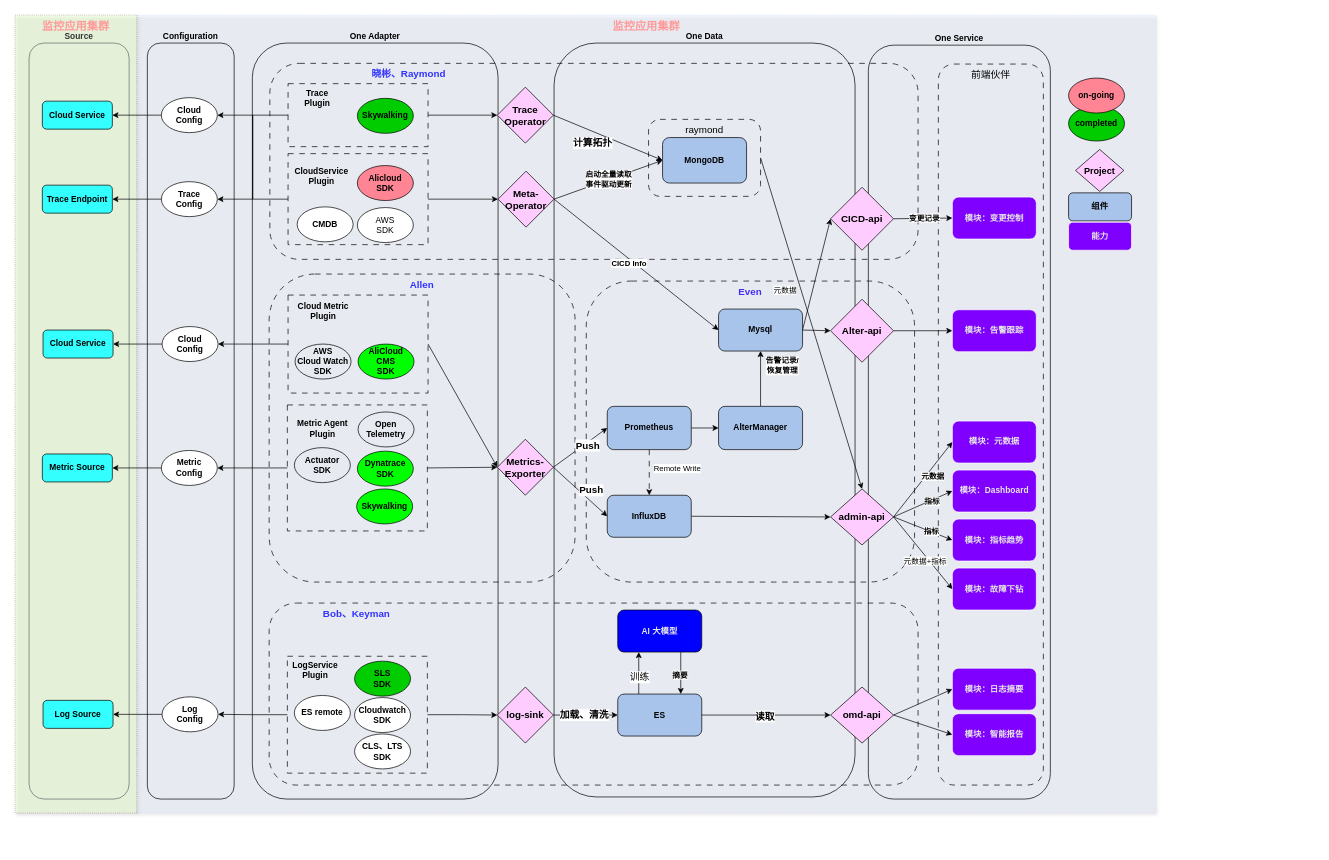
The draw.io diagram page "产品开发规划" (1 of 5) of 数据采集架构图.drawio in Allen9797/WorkZone, before the edit. Source tidied: cells renumbered, new cells numbered last; positions are measured from the earlier drawing's top-left corner, leaving out a move shared by most shapes. Both pictures are drawn from the tidied source at 70%, with x=0, y=0 at pixel (15, 15).
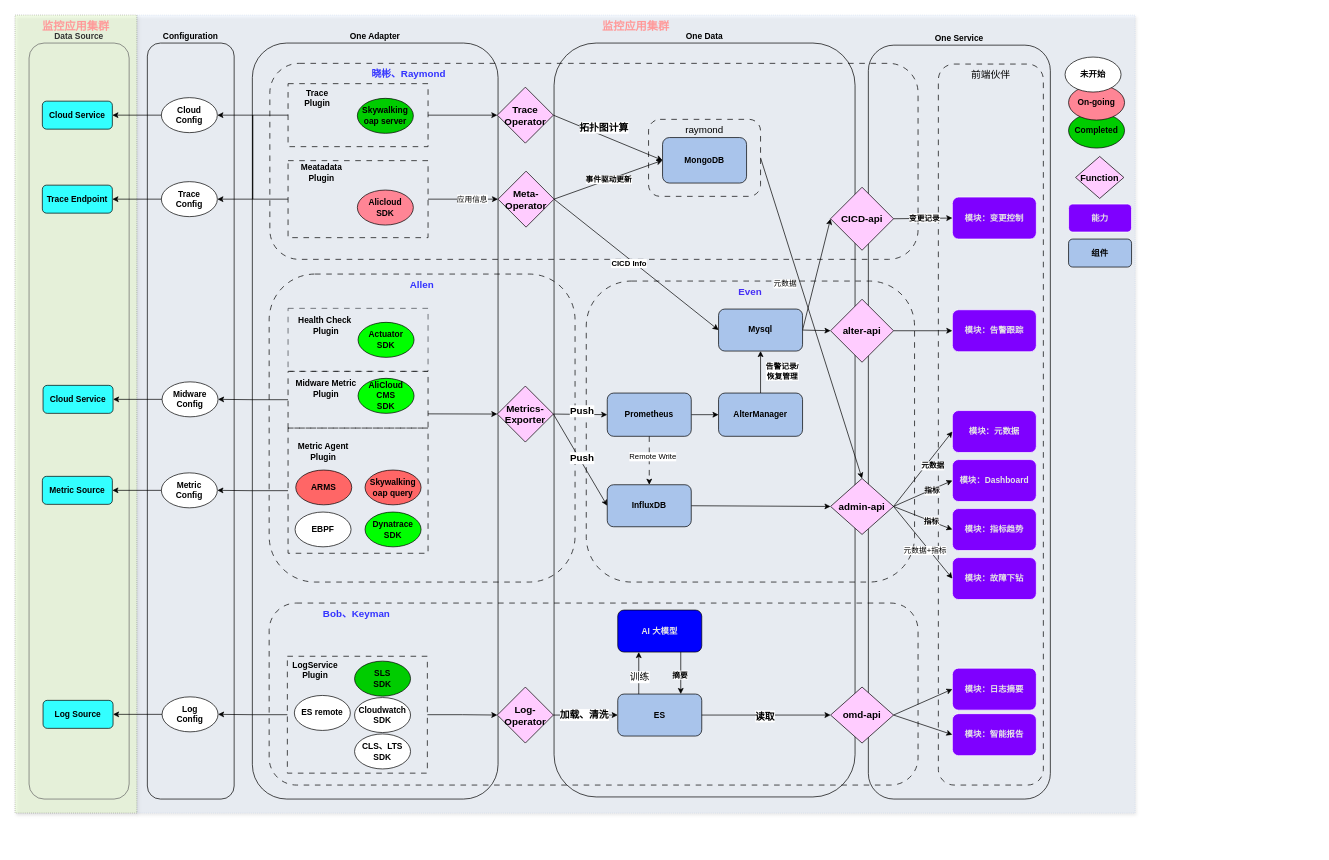
The same diagram, later.

Commit message (it also covers changes not shown here):
更新数据采集架构图.drawio

The change refers to these unchanged cells:
```xml
<mxCell id="2" style="group;" parent="1" vertex="1">
  <mxGeometry width="1860" height="1140" as="geometry" />
</mxCell>
<mxCell id="8" style="group;" parent="1" vertex="1">
  <mxGeometry x="20" y="40" width="1554" height="1150" as="geometry" />
</mxCell>
<mxCell id="34" style="rounded=0;jettySize=auto;html=1;exitX=1;exitY=0.5;exitDx=0;exitDy=0;entryX=0;entryY=0.5;entryDx=0;entryDy=0;" parent="1" edge="1" source="105" target="138">
  <mxGeometry relative="1" as="geometry" />
</mxCell>
<mxCell id="36" style="rounded=0;jettySize=auto;html=1;exitX=0.5;exitY=0;exitDx=0;exitDy=0;entryX=0.5;entryY=1;entryDx=0;entryDy=0;" parent="1" edge="1" source="67" target="44">
  <mxGeometry relative="1" as="geometry" />
</mxCell>
<mxCell id="65" style="rounded=0;jettySize=auto;html=1;exitX=1;exitY=0.5;exitDx=0;exitDy=0;entryX=0;entryY=0.5;entryDx=0;entryDy=0;" parent="1" edge="1" source="105" target="137">
  <mxGeometry relative="1" as="geometry" />
</mxCell>
<mxCell id="107" style="rounded=0;jettySize=auto;html=1;exitX=1;exitY=0.5;exitDx=0;exitDy=0;entryX=0;entryY=0.5;entryDx=0;entryDy=0;" parent="1" edge="1" source="125" target="18">
  <mxGeometry relative="1" as="geometry" />
</mxCell>
<mxCell id="109" style="rounded=0;jettySize=auto;html=1;exitX=1;exitY=0.5;exitDx=0;exitDy=0;entryX=0;entryY=0.5;entryDx=0;entryDy=0;" parent="1" edge="1" source="133" target="18">
  <mxGeometry relative="1" as="geometry" />
</mxCell>
<mxCell id="123" style="group;rotation=90;" parent="1" vertex="1">
  <mxGeometry x="390" y="98" width="341" height="166" as="geometry" />
</mxCell>
<mxCell id="129" style="group;" parent="123" vertex="1">
  <mxGeometry x="2" y="100" width="340" height="130" as="geometry" />
</mxCell>
<mxCell id="136" style="edgeStyle=orthogonalEdgeStyle;rounded=0;jettySize=auto;html=1;exitX=1;exitY=0.5;exitDx=0;exitDy=0;entryX=0;entryY=0.5;entryDx=0;entryDy=0;" parent="129" edge="1" source="130" target="133">
  <mxGeometry relative="1" as="geometry" />
</mxCell>
<mxCell id="139" style="edgeStyle=orthogonalEdgeStyle;rounded=0;jettySize=auto;html=1;exitX=0.5;exitY=1;exitDx=0;exitDy=0;entryX=0.5;entryY=0;entryDx=0;entryDy=0;dashed=1;dashPattern=8 8;" parent="1" edge="1" source="138" target="137">
  <mxGeometry relative="1" as="geometry" />
</mxCell>
```

Diff of the diagram source:
```diff
@@
+    <mxCell id="146" style="rounded=0;whiteSpace=wrap;html=1;dashed=1;dashPattern=8 8;fillColor=none;" parent="1" vertex="1">
+      <mxGeometry x="390" y="419" width="200" height="90" as="geometry" />
+    </mxCell>
@@
     <mxCell id="3" value="&lt;b&gt;&lt;font color=&quot;#ff9999&quot; style=&quot;font-size: 16px;&quot;&gt;监控应用集群&lt;/font&gt;&lt;/b&gt;" style="rounded=0;whiteSpace=wrap;html=1;fillColor=#dae8fc;dashed=1;dashPattern=1 2;verticalAlign=top;horizontal=1;fontSize=14;shadow=1;strokeColor=#6c8ebf;opacity=30;" parent="2" vertex="1">
-      <mxGeometry x="174" width="1456" height="1140" as="geometry" />
+      <mxGeometry x="174" width="1426" height="1140" as="geometry" />
     </mxCell>
@@
+    <mxCell id="70" value="组件" style="rounded=1;whiteSpace=wrap;html=1;fontStyle=1;fillColor=#A9C4EB;" parent="2" vertex="1">
+      <mxGeometry x="1505" y="320" width="90" height="40" as="geometry" />
+    </mxCell>
+    <mxCell id="71" value="&lt;font color=&quot;#e6e6e6&quot;&gt;能力&lt;/font&gt;" style="rounded=1;whiteSpace=wrap;html=1;fillColor=#7F00FF;fontStyle=1;strokeColor=#FFFFFF;" parent="2" vertex="1">
+      <mxGeometry x="1505" y="270" width="90" height="40" as="geometry" />
+    </mxCell>
+    <mxCell id="69" style="group;" parent="2" vertex="1">
+      <mxGeometry x="1505" y="100" width="90" height="246" as="geometry" />
+    </mxCell>
+    <mxCell id="72" value="Completed" style="ellipse;whiteSpace=wrap;html=1;fontStyle=1;fillColor=#00CC00;" parent="69" vertex="1">
+      <mxGeometry y="40" width="80" height="50" as="geometry" />
+    </mxCell>
+    <mxCell id="73" value="On-going" style="ellipse;whiteSpace=wrap;html=1;fontStyle=1;fillColor=#FF8595;" parent="69" vertex="1">
+      <mxGeometry width="80" height="50" as="geometry" />
+    </mxCell>
+    <mxCell id="74" value="&lt;span style=&quot;font-size: 13px;&quot;&gt;Function&lt;/span&gt;" style="rhombus;whiteSpace=wrap;html=1;fontStyle=1;fillColor=#FFCCFF;" parent="69" vertex="1">
+      <mxGeometry x="10" y="102" width="69" height="60" as="geometry" />
+    </mxCell>
+    <mxCell id="147" value="未开始" style="ellipse;whiteSpace=wrap;html=1;fontStyle=1;fillColor=#FFFFFF;" parent="2" vertex="1">
+      <mxGeometry x="1500" y="60" width="80" height="50" as="geometry" />
+    </mxCell>
@@
-    <mxCell id="9" value="Source" style="rounded=1;whiteSpace=wrap;html=1;labelPosition=center;verticalLabelPosition=top;align=center;verticalAlign=bottom;fontStyle=1;fillColor=none;fontColor=#333333;strokeColor=#666666;" parent="8" vertex="1">
+    <mxCell id="9" value="Data Source" style="rounded=1;whiteSpace=wrap;html=1;labelPosition=center;verticalLabelPosition=top;align=center;verticalAlign=bottom;fontStyle=1;fillColor=none;fontColor=#333333;strokeColor=#666666;" parent="8" vertex="1">
       <mxGeometry width="143" height="1080" as="geometry" />
     </mxCell>
@@
-    <mxCell id="14" value="Cloud&lt;br&gt;Config" style="ellipse;whiteSpace=wrap;html=1;fontStyle=1;" parent="8" vertex="1">
-      <mxGeometry x="190" y="405" width="80" height="50" as="geometry" />
+    <mxCell id="14" value="Midware&lt;br&gt;Config" style="ellipse;whiteSpace=wrap;html=1;fontStyle=1;" parent="8" vertex="1">
+      <mxGeometry x="190" y="484" width="80" height="50" as="geometry" />
     </mxCell>
     <mxCell id="15" value="Cloud Service" style="rounded=1;whiteSpace=wrap;html=1;fontStyle=1;fillColor=#33FFFF;" parent="8" vertex="1">
-      <mxGeometry x="20" y="410" width="100" height="40" as="geometry" />
+      <mxGeometry x="20" y="489" width="100" height="40" as="geometry" />
     </mxCell>
@@
     <mxCell id="20" style="group;" parent="1" vertex="1">
-      <mxGeometry x="39" y="552" width="700" height="190" as="geometry" />
+      <mxGeometry x="39" y="552" width="700" height="209" as="geometry" />
     </mxCell>
     <mxCell id="21" value="Metric&lt;br&gt;Config" style="ellipse;whiteSpace=wrap;html=1;fontStyle=1;" parent="20" vertex="1">
-      <mxGeometry x="170" y="70" width="80" height="50" as="geometry" />
+      <mxGeometry x="170" y="102" width="80" height="50" as="geometry" />
     </mxCell>
     <mxCell id="22" value="Metric Source" style="rounded=1;whiteSpace=wrap;html=1;fontStyle=1;fillColor=#33FFFF;" parent="20" vertex="1">
-      <mxGeometry y="75" width="100" height="40" as="geometry" />
+      <mxGeometry y="107" width="100" height="40" as="geometry" />
     </mxCell>
@@
     <mxCell id="25" style="group;" parent="20" vertex="1">
-      <mxGeometry x="350" y="10" width="200" height="170" as="geometry" />
+      <mxGeometry x="351" y="43" width="200" height="169" as="geometry" />
     </mxCell>
     <mxCell id="26" style="group;" parent="25" vertex="1">
-      <mxGeometry y="-5" width="200" height="180" as="geometry" />
+      <mxGeometry y="-5" width="200" height="178.9" as="geometry" />
     </mxCell>
     <mxCell id="27" style="rounded=0;whiteSpace=wrap;html=1;dashed=1;dashPattern=8 8;fillColor=none;" parent="26" vertex="1">
-      <mxGeometry width="200" height="180" as="geometry" />
+      <mxGeometry width="200" height="178.9" as="geometry" />
     </mxCell>
-    <mxCell id="28" value="Dynatrace&lt;br&gt;SDK" style="ellipse;whiteSpace=wrap;html=1;fontStyle=1;fillColor=#00FF00;" parent="26" vertex="1">
-      <mxGeometry x="100" y="66" width="80" height="50" as="geometry" />
-    </mxCell>
-    <mxCell id="29" value="Actuator&lt;br&gt;SDK" style="ellipse;whiteSpace=wrap;html=1;fontStyle=1;fillColor=none;" parent="26" vertex="1">
-      <mxGeometry x="10" y="61" width="80" height="50" as="geometry" />
-    </mxCell>
-    <mxCell id="30" value="Skywalking" style="ellipse;whiteSpace=wrap;html=1;fontStyle=1;fillColor=#00FF00;" parent="26" vertex="1">
-      <mxGeometry x="99" y="120" width="80" height="50" as="geometry" />
+    <mxCell id="30" value="Skywalking&lt;br&gt;oap query" style="ellipse;whiteSpace=wrap;html=1;fontStyle=1;fillColor=#FF6666;" parent="26" vertex="1">
+      <mxGeometry x="110" y="60" width="80" height="49.7" as="geometry" />
     </mxCell>
     <mxCell id="31" value="&lt;b&gt;Metric Agent&lt;br&gt;Plugin&lt;/b&gt;" style="text;strokeColor=none;align=center;fillColor=none;html=1;verticalAlign=middle;whiteSpace=wrap;rounded=0;" parent="26" vertex="1">
-      <mxGeometry x="11" y="19" width="79" height="30" as="geometry" />
+      <mxGeometry x="11" y="18.9" width="79" height="29.8" as="geometry" />
     </mxCell>
+    <mxCell id="148" value="ARMS" style="ellipse;whiteSpace=wrap;html=1;fontStyle=1;fillColor=#FF6666;" parent="26" vertex="1">
+      <mxGeometry x="11" y="60" width="80" height="49.7" as="geometry" />
+    </mxCell>
+    <mxCell id="28" value="Dynatrace&lt;br&gt;SDK" style="ellipse;whiteSpace=wrap;html=1;fontStyle=1;fillColor=#00FF00;" parent="26" vertex="1">
+      <mxGeometry x="110" y="120" width="80" height="49.7" as="geometry" />
+    </mxCell>
-    <mxCell id="32" value="Open Telemetry" style="ellipse;whiteSpace=wrap;html=1;fontStyle=1;fillColor=none;" parent="26" vertex="1">
-      <mxGeometry x="101" y="10" width="80" height="50" as="geometry" />
+    <mxCell id="32" value="EBPF" style="ellipse;whiteSpace=wrap;html=1;fontStyle=1;fillColor=#FFFFFF;" parent="26" vertex="1">
+      <mxGeometry x="10" y="120" width="80" height="49.7" as="geometry" />
     </mxCell>
@@
     <mxCell id="35" value="&lt;font style=&quot;font-size: 14px;&quot;&gt;Push&lt;/font&gt;" style="edgeLabel;html=1;align=center;verticalAlign=middle;fontStyle=1;" parent="34" vertex="1">
       <mxGeometry x="-0.05" y="-1" relative="1" as="geometry">
-        <mxPoint x="12" y="-6" as="offset" />
+        <mxPoint x="4" y="-6" as="offset" />
       </mxGeometry>
     </mxCell>
@@
     <mxCell id="37" value="告警记录/&lt;br&gt;恢复管理" style="edgeLabel;html=1;align=center;verticalAlign=middle;fontStyle=1;" parent="36" vertex="1">
       <mxGeometry x="0.12" y="2" relative="1" as="geometry">
-        <mxPoint x="32" y="-15" as="offset" />
+        <mxPoint x="32" y="2" as="offset" />
       </mxGeometry>
     </mxCell>
@@
-    <mxCell id="46" value="&lt;span style=&quot;font-size: 14px;&quot;&gt;Alter-api&lt;/span&gt;" style="rhombus;whiteSpace=wrap;html=1;fontStyle=1;fillColor=#FFCCFF;" parent="1" vertex="1">
+    <mxCell id="46" value="&lt;span style=&quot;font-size: 14px;&quot;&gt;alter-api&lt;/span&gt;" style="rhombus;whiteSpace=wrap;html=1;fontStyle=1;fillColor=#FFCCFF;" parent="1" vertex="1">
       <mxGeometry x="1165" y="406" width="90" height="90" as="geometry" />
     </mxCell>
@@
     <mxCell id="50" style="group;" parent="1" vertex="1">
-      <mxGeometry x="1165" y="653" width="294" height="270" as="geometry" />
+      <mxGeometry x="1165" y="638" width="294" height="270" as="geometry" />
     </mxCell>
@@
     <mxCell id="66" value="&lt;font style=&quot;font-size: 14px;&quot;&gt;Push&lt;/font&gt;" style="edgeLabel;html=1;align=center;verticalAlign=middle;fontStyle=1;" parent="65" vertex="1">
       <mxGeometry x="-0.23" relative="1" as="geometry">
-        <mxPoint x="24" y="6" as="offset" />
+        <mxPoint x="11" y="12" as="offset" />
       </mxGeometry>
     </mxCell>
     <mxCell id="67" value="AlterManager" style="rounded=1;whiteSpace=wrap;html=1;fontStyle=1;fillColor=#A9C4EB;" parent="1" vertex="1">
-      <mxGeometry x="1005" y="559" width="120" height="61.8" as="geometry" />
+      <mxGeometry x="1005" y="540" width="120" height="61.8" as="geometry" />
     </mxCell>
@@
-    <mxCell id="69" style="group;" parent="1" vertex="1">
-      <mxGeometry x="1505" y="90" width="90" height="246" as="geometry" />
-    </mxCell>
-    <mxCell id="70" value="组件" style="rounded=1;whiteSpace=wrap;html=1;fontStyle=1;fillColor=#A9C4EB;" parent="69" vertex="1">
-      <mxGeometry y="164" width="90" height="40" as="geometry" />
-    </mxCell>
-    <mxCell id="71" value="&lt;font color=&quot;#e6e6e6&quot;&gt;能力&lt;/font&gt;" style="rounded=1;whiteSpace=wrap;html=1;fillColor=#7F00FF;fontStyle=1;strokeColor=#FFFFFF;" parent="69" vertex="1">
-      <mxGeometry y="206" width="90" height="40" as="geometry" />
-    </mxCell>
-    <mxCell id="72" value="completed" style="ellipse;whiteSpace=wrap;html=1;fontStyle=1;fillColor=#00CC00;" parent="69" vertex="1">
-      <mxGeometry y="40" width="80" height="50" as="geometry" />
-    </mxCell>
-    <mxCell id="73" value="on-going" style="ellipse;whiteSpace=wrap;html=1;fontStyle=1;fillColor=#FF8595;" parent="69" vertex="1">
-      <mxGeometry width="80" height="50" as="geometry" />
-    </mxCell>
-    <mxCell id="74" value="&lt;font style=&quot;font-size: 13px;&quot;&gt;Project&lt;/font&gt;" style="rhombus;whiteSpace=wrap;html=1;fontStyle=1;fillColor=#FFCCFF;" parent="69" vertex="1">
-      <mxGeometry x="10" y="102" width="69" height="60" as="geometry" />
-    </mxCell>
@@
-    <mxCell id="100" style="rounded=0;jettySize=auto;html=1;exitX=1;exitY=0.5;exitDx=0;exitDy=0;entryX=0;entryY=0.5;entryDx=0;entryDy=0;" parent="1" edge="1" source="102" target="105">
+    <mxCell id="100" style="rounded=0;jettySize=auto;html=1;exitX=1;exitY=0.75;exitDx=0;exitDy=0;entryX=0;entryY=0.5;entryDx=0;entryDy=0;" parent="1" edge="1" source="102" target="105">
       <mxGeometry relative="1" as="geometry" />
     </mxCell>
@@
     <mxCell id="102" style="rounded=0;whiteSpace=wrap;html=1;dashed=1;dashPattern=8 8;fillColor=none;" parent="1" vertex="1">
-      <mxGeometry x="390" y="400" width="200" height="140" as="geometry" />
+      <mxGeometry x="390" y="509" width="200" height="81" as="geometry" />
     </mxCell>
-    <mxCell id="103" value="&lt;b&gt;Cloud Metric&lt;br&gt;Plugin&lt;/b&gt;" style="text;strokeColor=none;align=center;fillColor=none;html=1;verticalAlign=middle;whiteSpace=wrap;rounded=0;" parent="1" vertex="1">
-      <mxGeometry x="401" y="408" width="79" height="30" as="geometry" />
+    <mxCell id="103" value="&lt;b&gt;Midware Metric&lt;br&gt;Plugin&lt;/b&gt;" style="text;strokeColor=none;align=center;fillColor=none;html=1;verticalAlign=middle;whiteSpace=wrap;rounded=0;" parent="1" vertex="1">
+      <mxGeometry x="400" y="519" width="89" height="30" as="geometry" />
     </mxCell>
-    <mxCell id="104" value="AWS&lt;br&gt;Cloud Watch&lt;br&gt;SDK" style="ellipse;whiteSpace=wrap;html=1;fontStyle=1;fillColor=none;" parent="1" vertex="1">
-      <mxGeometry x="400" y="470" width="80" height="50" as="geometry" />
-    </mxCell>
     <mxCell id="105" value="&lt;font style=&quot;font-size: 14px;&quot;&gt;Metrics-Exporter&lt;/font&gt;" style="rhombus;whiteSpace=wrap;html=1;fontStyle=1;fillColor=#FFCCFF;" parent="1" vertex="1">
-      <mxGeometry x="689" y="606" width="80" height="80" as="geometry" />
+      <mxGeometry x="689" y="530" width="80" height="80" as="geometry" />
     </mxCell>
-    <mxCell id="106" style="rounded=0;jettySize=auto;html=1;exitX=1;exitY=0.5;exitDx=0;exitDy=0;entryX=0;entryY=0.5;entryDx=0;entryDy=0;" parent="1" edge="1" source="27" target="105">
-      <mxGeometry relative="1" as="geometry" />
-    </mxCell>
@@
-    <mxCell id="108" value="&lt;span style=&quot;font-size: 14px;&quot;&gt;&lt;b&gt;计算拓扑&lt;/b&gt;&lt;/span&gt;" style="edgeLabel;html=1;align=center;verticalAlign=middle;" parent="107" vertex="1">
+    <mxCell id="108" value="&lt;span style=&quot;font-size: 14px;&quot;&gt;&lt;b&gt;拓扑图计算&lt;/b&gt;&lt;/span&gt;" style="edgeLabel;html=1;align=center;verticalAlign=middle;" parent="107" vertex="1">
       <mxGeometry x="-0.12" relative="1" as="geometry">
-        <mxPoint x="-13" y="11" as="offset" />
+        <mxPoint x="3" y="-11" as="offset" />
       </mxGeometry>
     </mxCell>
@@
-    <mxCell id="110" value="启动全量读取&lt;br&gt;事件驱动更新" style="edgeLabel;html=1;align=center;verticalAlign=middle;fillColor=none;fontStyle=1;" parent="109" vertex="1">
+    <mxCell id="110" value="事件驱动更新" style="edgeLabel;html=1;align=center;verticalAlign=middle;fillColor=none;fontStyle=1;" parent="109" vertex="1">
       <mxGeometry x="0.01" y="1" relative="1" as="geometry" />
     </mxCell>
@@
-    <mxCell id="126" value="Skywalking" style="ellipse;whiteSpace=wrap;html=1;fontStyle=1;fillColor=#00CC00;" parent="123" vertex="1">
+    <mxCell id="126" value="Skywalking&lt;br&gt;oap server" style="ellipse;whiteSpace=wrap;html=1;fontStyle=1;fillColor=#00CC00;" parent="123" vertex="1">
       <mxGeometry x="99" y="21" width="80" height="50" as="geometry" />
     </mxCell>
@@
     <mxCell id="130" style="rounded=0;whiteSpace=wrap;html=1;dashed=1;dashPattern=8 8;fillColor=none;" parent="129" vertex="1">
-      <mxGeometry x="-2" width="200" height="130" as="geometry" />
+      <mxGeometry x="-2" y="10" width="200" height="110" as="geometry" />
     </mxCell>
     <mxCell id="131" value="Alicloud&lt;br&gt;SDK" style="ellipse;whiteSpace=wrap;html=1;fontStyle=1;fillColor=#FF8595;" parent="129" vertex="1">
-      <mxGeometry x="97" y="17" width="80" height="50" as="geometry" />
+      <mxGeometry x="97" y="52" width="80" height="50" as="geometry" />
     </mxCell>
-    <mxCell id="132" value="AWS&lt;br&gt;SDK" style="ellipse;whiteSpace=wrap;html=1;" parent="129" vertex="1">
-      <mxGeometry x="97" y="77" width="80" height="50" as="geometry" />
-    </mxCell>
@@
-    <mxCell id="134" value="&lt;b&gt;CloudService&lt;br&gt;Plugin&lt;/b&gt;" style="text;strokeColor=none;align=center;fillColor=none;html=1;verticalAlign=middle;whiteSpace=wrap;rounded=0;" parent="129" vertex="1">
-      <mxGeometry x="6" y="17" width="80" height="30" as="geometry" />
+    <mxCell id="134" value="&lt;b&gt;Meatadata&lt;br&gt;Plugin&lt;br&gt;&lt;/b&gt;" style="text;strokeColor=none;align=center;fillColor=none;html=1;verticalAlign=middle;whiteSpace=wrap;rounded=0;" parent="129" vertex="1">
+      <mxGeometry x="6" y="12" width="80" height="30" as="geometry" />
     </mxCell>
-    <mxCell id="135" value="CMDB" style="ellipse;whiteSpace=wrap;html=1;fontStyle=1;fillColor=#FFFFFF;" parent="129" vertex="1">
-      <mxGeometry x="11" y="76" width="80" height="50" as="geometry" />
-    </mxCell>
@@
+    <mxCell id="149" value="应用信息" style="edgeLabel;html=1;align=center;verticalAlign=middle;" parent="136" vertex="1">
+      <mxGeometry x="0.23" y="1" relative="1" as="geometry" />
+    </mxCell>
     <mxCell id="137" value="InfluxDB" style="rounded=1;whiteSpace=wrap;html=1;fontStyle=1;fillColor=#A9C4EB;" parent="1" vertex="1">
-      <mxGeometry x="846" y="686" width="120" height="60" as="geometry" />
+      <mxGeometry x="846" y="671" width="120" height="60" as="geometry" />
     </mxCell>
     <mxCell id="138" value="Prometheus" style="rounded=1;whiteSpace=wrap;html=1;fontStyle=1;fillColor=#A9C4EB;" parent="1" vertex="1">
-      <mxGeometry x="846" y="559" width="120" height="61.8" as="geometry" />
+      <mxGeometry x="846" y="540" width="120" height="61.8" as="geometry" />
     </mxCell>
@@
     <mxCell id="140" value="Remote Write" style="edgeLabel;html=1;align=center;verticalAlign=middle;" parent="139" vertex="1">
       <mxGeometry x="-0.17" y="1" relative="1" as="geometry">
-        <mxPoint x="38" as="offset" />
+        <mxPoint x="3" as="offset" />
       </mxGeometry>
     </mxCell>
     <mxCell id="141" value="AliCloud&lt;br&gt;CMS&lt;br&gt;SDK" style="ellipse;whiteSpace=wrap;html=1;fontStyle=1;fillColor=#00FF00;" parent="1" vertex="1">
-      <mxGeometry x="490" y="470" width="80" height="50" as="geometry" />
+      <mxGeometry x="490" y="519" width="80" height="50" as="geometry" />
     </mxCell>
-    <mxCell id="142" value="&lt;font style=&quot;font-size: 14px;&quot;&gt;log-sink&lt;br&gt;&lt;/font&gt;" style="rhombus;whiteSpace=wrap;html=1;fontStyle=1;fillColor=#FFCCFF;" parent="1" vertex="1">
+    <mxCell id="142" value="&lt;font style=&quot;font-size: 14px;&quot;&gt;Log-Operator&lt;br&gt;&lt;/font&gt;" style="rhombus;whiteSpace=wrap;html=1;fontStyle=1;fillColor=#FFCCFF;" parent="1" vertex="1">
       <mxGeometry x="689" y="960" width="80" height="80" as="geometry" />
     </mxCell>
@@
+    <mxCell id="29" value="Actuator&lt;br&gt;SDK" style="ellipse;whiteSpace=wrap;html=1;fontStyle=1;fillColor=#00FF00;" parent="1" vertex="1">
+      <mxGeometry x="490" y="439" width="80" height="50" as="geometry" />
+    </mxCell>
+    <mxCell id="150" value="&lt;b&gt;Health Check&amp;nbsp;&lt;br&gt;Plugin&lt;/b&gt;" style="text;strokeColor=none;align=center;fillColor=none;html=1;verticalAlign=middle;whiteSpace=wrap;rounded=0;" parent="1" vertex="1">
+      <mxGeometry x="400" y="429" width="89" height="30" as="geometry" />
+    </mxCell>
```
